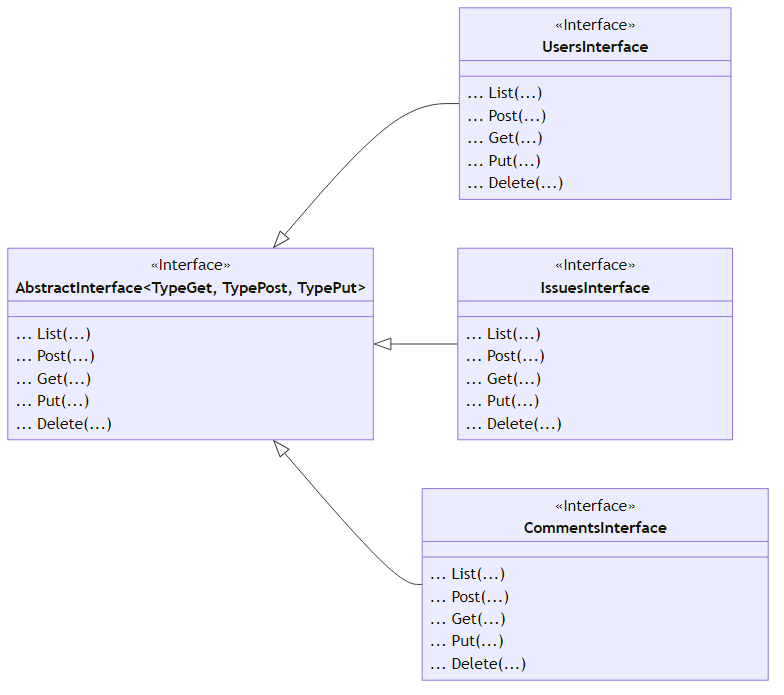
ghackenberg/csharp-maui-aspnet-sample keeps this Mermaid diagram as Models/Interface/Overview.png. Above is the earlier version. Its source is kept beside it as Models/Interface/Overview.mmd.
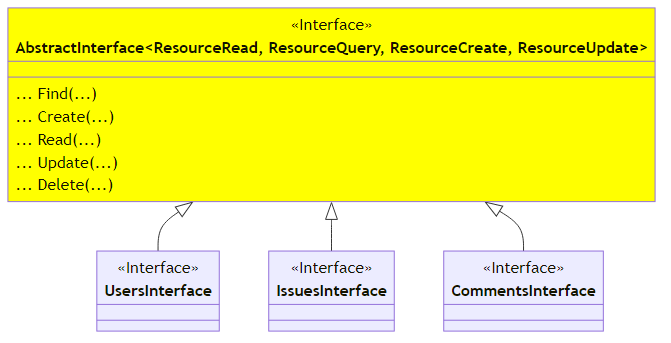
The same diagram one commit later.

What changed in the source:
```diff
@@ -1,43 +1,28 @@
 classDiagram
 
-    direction LR
-
-    class AbstractInterface~TypeGet, TypePost, TypePut~ {
+    class AbstractInterface~ResourceRead, ResourceQuery, ResourceCreate, ResourceUpdate~ {
         <<Interface>>
-        ... List(...)
-        ... Post(...)
-        ... Get(...)
-        ... Put(...)
+        ... Find(...)
+        ... Create(...)
+        ... Read(...)
+        ... Update(...)
         ... Delete(...)
     }
 
-    class UsersInterface["&nbsp;&nbsp;&nbsp;&nbsp;&nbsp;&nbsp;&nbsp;&nbsp;&nbsp;&nbsp;&nbsp;&nbsp;&nbsp;&nbsp;&nbsp;&nbsp;UsersInterface&nbsp;&nbsp;&nbsp;&nbsp;&nbsp;&nbsp;&nbsp;&nbsp;&nbsp;&nbsp;&nbsp;&nbsp;&nbsp;&nbsp;&nbsp;&nbsp;"] {
+    class UsersInterface {
         <<Interface>>
-        ... List(...)
-        ... Post(...)
-        ... Get(...)
-        ... Put(...)
-        ... Delete(...)
     }
 
-    class IssuesInterface["&nbsp;&nbsp;&nbsp;&nbsp;&nbsp;&nbsp;&nbsp;&nbsp;&nbsp;&nbsp;&nbsp;&nbsp;&nbsp;&nbsp;&nbsp;&nbsp;IssuesInterface&nbsp;&nbsp;&nbsp;&nbsp;&nbsp;&nbsp;&nbsp;&nbsp;&nbsp;&nbsp;&nbsp;&nbsp;&nbsp;&nbsp;&nbsp;&nbsp;"] {
+    class IssuesInterface {
         <<Interface>>
-        ... List(...)
-        ... Post(...)
-        ... Get(...)
-        ... Put(...)
-        ... Delete(...)
     }
 
-    class CommentsInterface["&nbsp;&nbsp;&nbsp;&nbsp;&nbsp;&nbsp;&nbsp;&nbsp;&nbsp;&nbsp;&nbsp;&nbsp;&nbsp;&nbsp;&nbsp;&nbsp;&nbsp;&nbsp;&nbsp;&nbsp;CommentsInterface&nbsp;&nbsp;&nbsp;&nbsp;&nbsp;&nbsp;&nbsp;&nbsp;&nbsp;&nbsp;&nbsp;&nbsp;&nbsp;&nbsp;&nbsp;&nbsp;&nbsp;&nbsp;&nbsp;&nbsp;"] {
+    class CommentsInterface {
         <<Interface>>
-        ... List(...)
-        ... Post(...)
-        ... Get(...)
-        ... Put(...)
-        ... Delete(...)
     }
 
     AbstractInterface <|-- UsersInterface
     AbstractInterface <|-- IssuesInterface
     AbstractInterface <|-- CommentsInterface
+
+    style AbstractInterface fill:yellow
```
